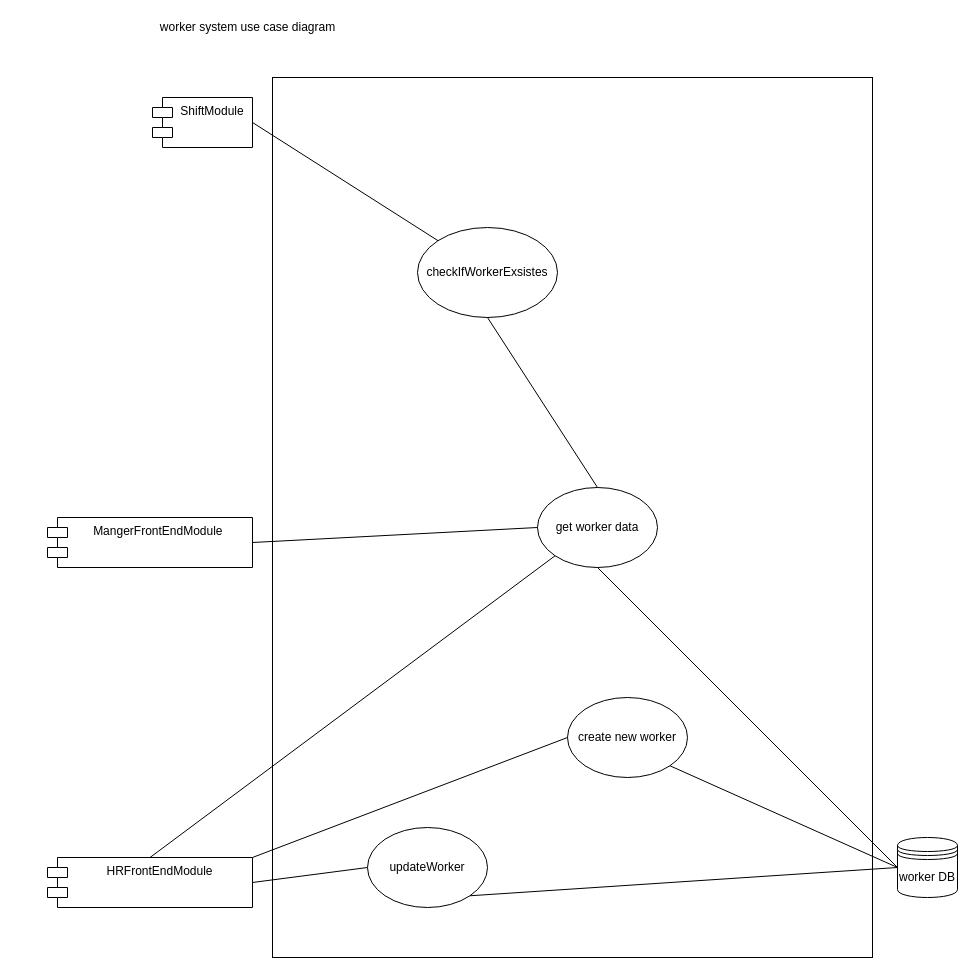
This is Worker Service/Uml/worker system UC Diagram.drawio from ddenis1994/Food-Delivery, a draw.io file, before an edit. Source tidied: cells renumbered, new cells numbered last; positions are measured from the earlier drawing's top-left corner, leaving out a move shared by most shapes. Both pictures are drawn from the tidied source at 100%, with x=0, y=0 at pixel (47, 17).
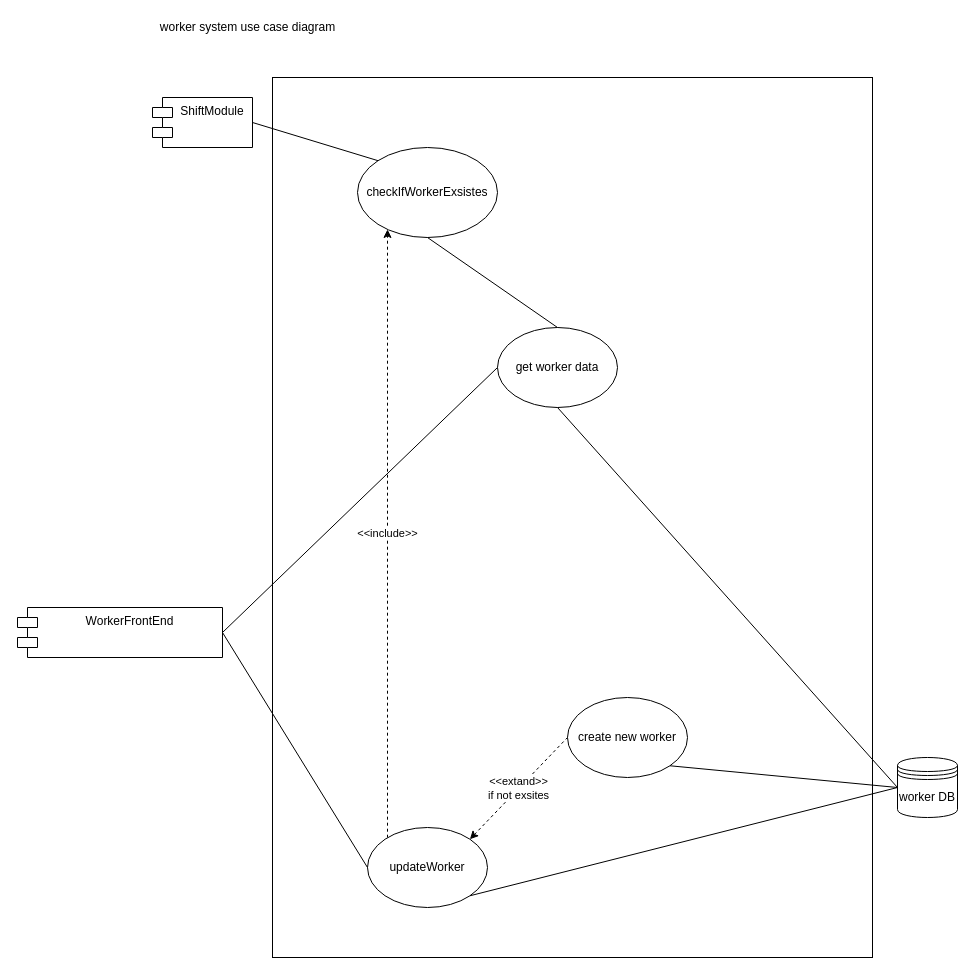
Above is the later version.

The change refers to these unchanged cells:
```xml
<mxCell id="3" value="create new worker" style="ellipse;whiteSpace=wrap;html=1;" parent="1" vertex="1">
  <mxGeometry x="520" y="680" width="120" height="80" as="geometry" />
</mxCell>
<mxCell id="15" value="updateWorker" style="ellipse;whiteSpace=wrap;html=1;" parent="1" vertex="1">
  <mxGeometry x="320" y="810" width="120" height="80" as="geometry" />
</mxCell>
```

The edit, as a diff of the source:
```diff
@@
-    <mxCell id="4" style="endArrow=none;html=1;entryX=0;entryY=0.5;entryDx=0;entryDy=0;exitX=1;exitY=0;exitDx=0;exitDy=0;" parent="1" edge="1" source="18" target="3">
+    <mxCell id="4" value="&amp;lt;&amp;lt;extand&amp;gt;&amp;gt;&lt;br&gt;if not exsites" style="endArrow=none;html=1;entryX=0;entryY=0.5;entryDx=0;entryDy=0;exitX=1;exitY=0;exitDx=0;exitDy=0;dashed=1;startArrow=classic;startFill=1;" parent="1" edge="1" source="15" target="3">
       <mxGeometry relative="1" as="geometry" />
     </mxCell>
     <mxCell id="5" value="get worker data" style="ellipse;whiteSpace=wrap;html=1;" parent="1" vertex="1">
-      <mxGeometry x="490" y="470" width="120" height="80" as="geometry" />
+      <mxGeometry x="450" y="310" width="120" height="80" as="geometry" />
     </mxCell>
-    <mxCell id="6" style="endArrow=none;html=1;exitX=1;exitY=0.5;exitDx=0;exitDy=0;entryX=0;entryY=0.5;entryDx=0;entryDy=0;" parent="1" edge="1" source="19" target="5">
+    <mxCell id="6" style="endArrow=none;html=1;exitX=1;exitY=0.5;exitDx=0;exitDy=0;entryX=0;entryY=0.5;entryDx=0;entryDy=0;" parent="1" edge="1" source="22" target="5">
       <mxGeometry relative="1" as="geometry" />
     </mxCell>
     <mxCell id="7" value="worker DB" style="shape=datastore;whiteSpace=wrap;html=1;" parent="1" vertex="1">
-      <mxGeometry x="850" y="820" width="60" height="60" as="geometry" />
+      <mxGeometry x="850" y="740" width="60" height="60" as="geometry" />
     </mxCell>
@@
     <mxCell id="10" value="checkIfWorkerExsistes" style="ellipse;whiteSpace=wrap;html=1;" parent="1" vertex="1">
-      <mxGeometry x="370" y="210" width="140" height="90" as="geometry" />
+      <mxGeometry x="310" y="130" width="140" height="90" as="geometry" />
     </mxCell>
@@
+    <mxCell id="21" value="&amp;lt;&amp;lt;include&amp;gt;&amp;gt;" style="edgeStyle=orthogonalEdgeStyle;rounded=0;jettySize=auto;html=1;dashed=1;startArrow=none;startFill=0;endArrow=classic;endFill=1;" parent="1" edge="1" source="15" target="10">
+      <mxGeometry relative="1" as="geometry">
+        <Array as="points">
+          <mxPoint x="340" y="700" />
+          <mxPoint x="340" y="700" />
+        </Array>
+      </mxGeometry>
+    </mxCell>
@@
-    <mxCell id="16" style="endArrow=none;html=1;entryX=0;entryY=0.5;entryDx=0;entryDy=0;exitX=1;exitY=0.5;exitDx=0;exitDy=0;" parent="1" edge="1" source="18" target="15">
+    <mxCell id="16" style="endArrow=none;html=1;entryX=0;entryY=0.5;entryDx=0;entryDy=0;exitX=1;exitY=0.5;exitDx=0;exitDy=0;" parent="1" edge="1" source="22" target="15">
       <mxGeometry relative="1" as="geometry" />
     </mxCell>
@@
-    <mxCell id="18" value="HRFrontEndModule" style="shape=module;align=left;spacingLeft=20;align=center;verticalAlign=top;" parent="1" vertex="1">
-      <mxGeometry y="840" width="205" height="50" as="geometry" />
-    </mxCell>
-    <mxCell id="19" value="MangerFrontEndModule " style="shape=module;align=left;spacingLeft=20;align=center;verticalAlign=top;" parent="1" vertex="1">
-      <mxGeometry y="500" width="205" height="50" as="geometry" />
-    </mxCell>
-    <mxCell id="20" style="endArrow=none;html=1;entryX=0;entryY=1;entryDx=0;entryDy=0;exitX=0.5;exitY=0;exitDx=0;exitDy=0;" parent="1" edge="1" source="18" target="5">
-      <mxGeometry relative="1" as="geometry" />
-    </mxCell>
+    <mxCell id="22" value="WorkerFrontEnd" style="shape=module;align=left;spacingLeft=20;align=center;verticalAlign=top;" parent="1" vertex="1">
+      <mxGeometry x="-30" y="590" width="205" height="50" as="geometry" />
+    </mxCell>
```
